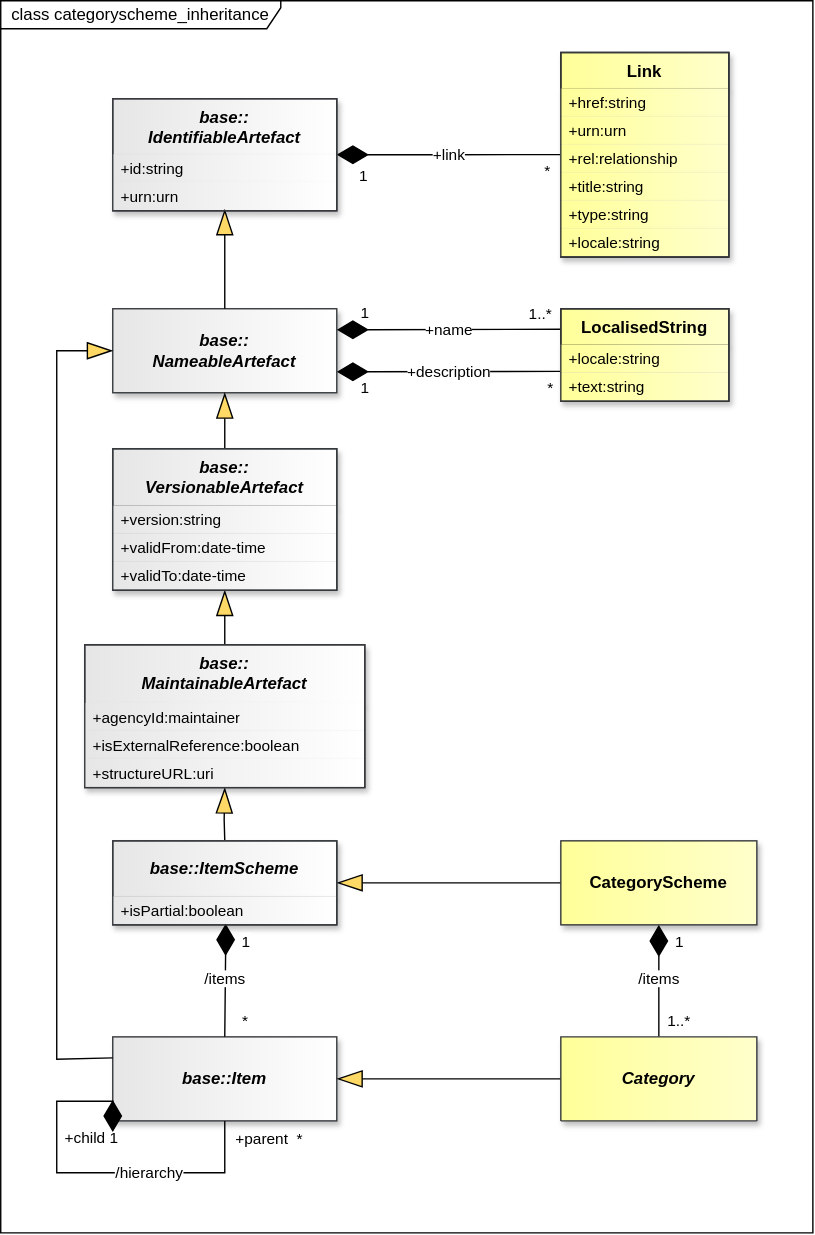
sdmx-twg/sdmx-im keeps this draw.io diagram as docs/information_model/media/sdmx_categoryscheme-categoryscheme_inheritance.svg. Above is the earlier version. Source tidied: cells renumbered, new cells last; positions are measured from the earlier drawing's top-left corner, leaving out a move shared by most shapes.
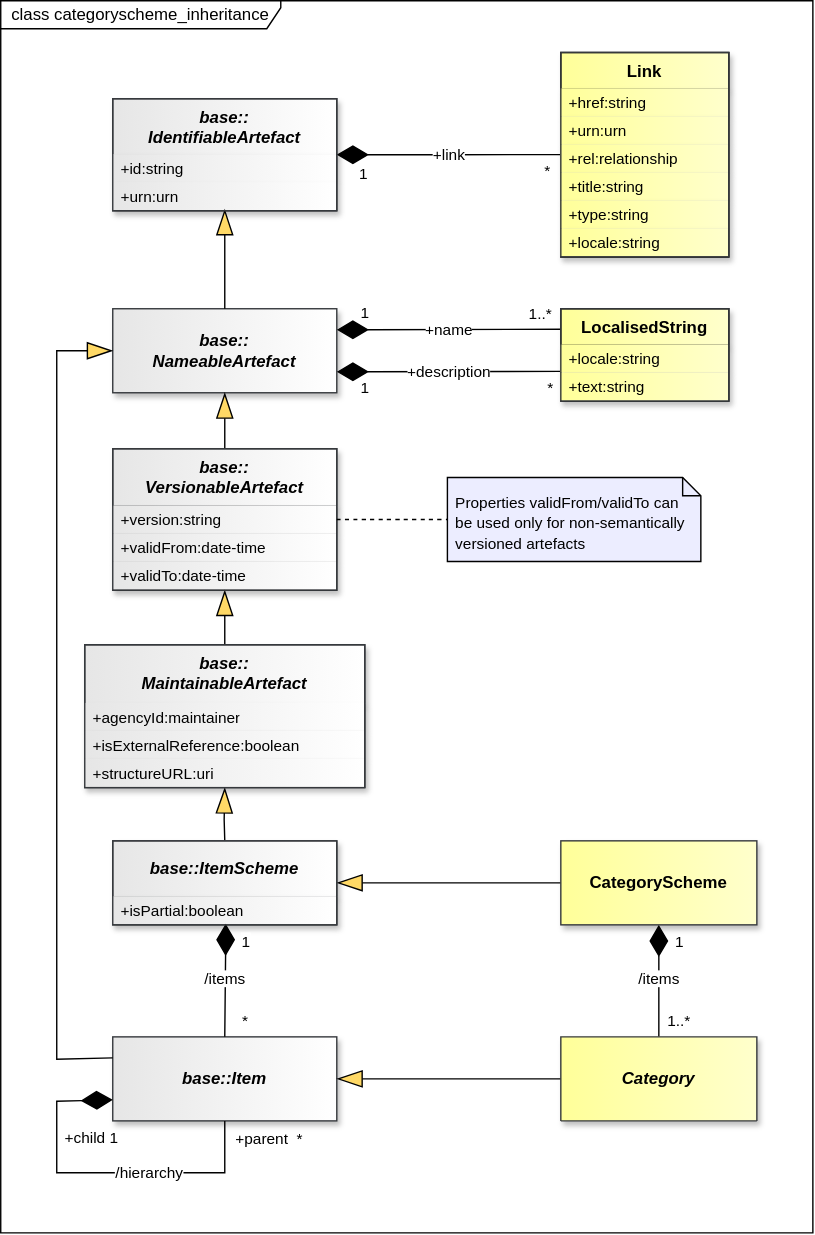
After the commit.

The edit, as a diff of the source:
```diff
@@ -230,5 +230,14 @@
     <mxCell id="64" style="rounded=0;whiteSpace=wrap;html=1;fillColor=none;strokeColor=#36393D;" parent="1" vertex="1">
       <mxGeometry x="80" y="70" width="160" height="80" as="geometry" />
     </mxCell>
+    <mxCell id="65" style="shape=note2;size=13;html=1;fillColor=light-dark(#ECEDFF,#ECEDFF);shadow=0;fontColor=light-dark(#000000,#000000);strokeColor=light-dark(#000000,#000000);verticalAlign=top;" parent="1" vertex="1">
+      <mxGeometry x="319" y="340.5" width="181" height="60" as="geometry" />
+    </mxCell>
+    <mxCell id="66" value="&lt;div&gt;&lt;font&gt;&lt;span style=&quot;font-size: 11px;&quot;&gt;Properties&amp;nbsp;&lt;/span&gt;&lt;/font&gt;&lt;span style=&quot;background-color: transparent; font-size: 11px;&quot;&gt;validFrom/validTo can be used only for non-semantically versioned artefacts&lt;/span&gt;&lt;/div&gt;" style="text;html=1;strokeColor=none;fillColor=none;align=left;verticalAlign=middle;spacingLeft=4;spacingRight=4;overflow=hidden;points=[[0,0.5],[1,0.5]];portConstraint=eastwest;whiteSpace=wrap;labelBorderColor=none;spacingTop=8;fontColor=light-dark(#000000,#000000);spacingBottom=4;" parent="65" vertex="1">
+      <mxGeometry width="181" height="60" as="geometry" />
+    </mxCell>
+    <mxCell id="67" style="edgeStyle=none;curved=1;rounded=0;jettySize=auto;html=1;fontSize=12;startSize=8;endSize=8;entryX=0;entryY=0.5;entryDx=0;entryDy=0;endArrow=none;endFill=0;dashed=1;exitX=1;exitY=0.5;exitDx=0;exitDy=0;" parent="1" edge="1" source="61" target="66">
+      <mxGeometry x="0.51" y="6.67" relative="1" as="geometry" />
+    </mxCell>
   </root>
 </mxGraphModel>
```
